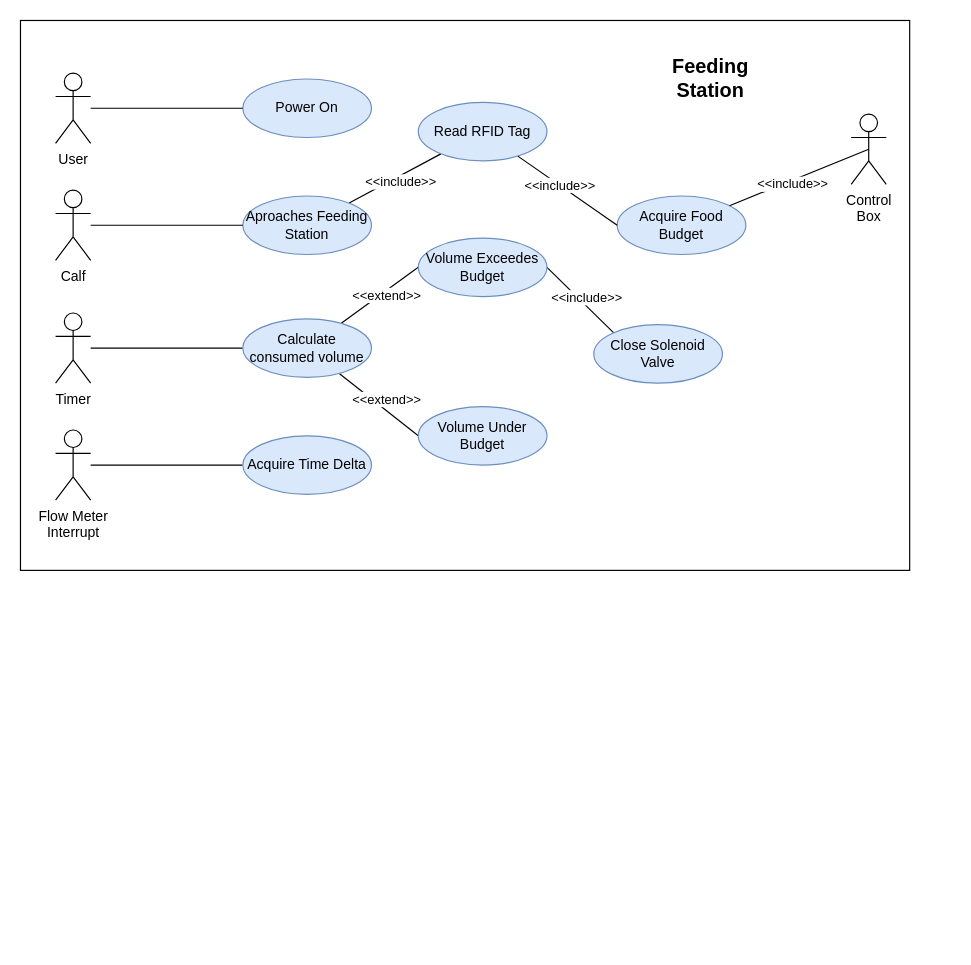
The draw.io diagram page "UseCasesFeedingStation" (2 of 3) of Spec/SystemDiagrams.drawio in Ner027/MooFeeder, before the edit. Source tidied: cells renumbered, new cells numbered last; positions are measured from the earlier drawing's top-left corner, leaving out a move shared by most shapes. Both pictures are drawn from the tidied source at 117%, with x=0, y=0 at pixel (20, 20).
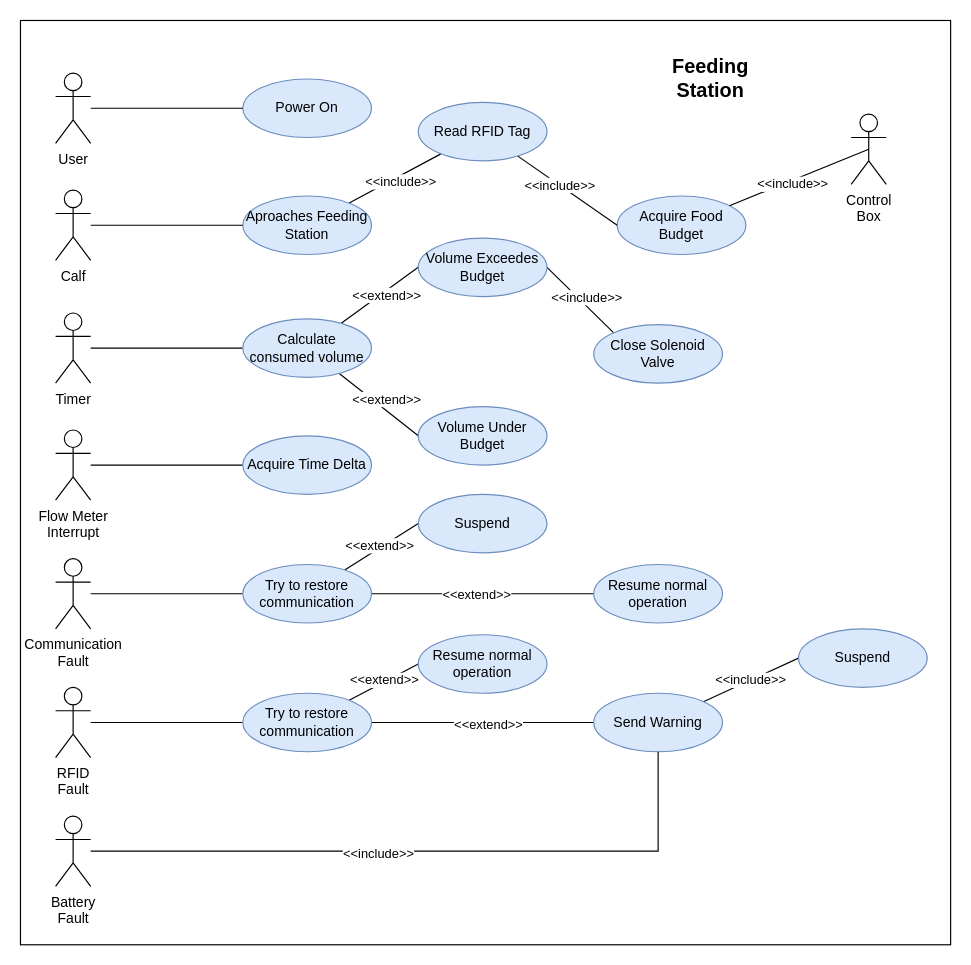
After the change.

What changed in the source:
```diff
@@
     <mxCell id="2" style="rounded=0;whiteSpace=wrap;html=1;" parent="1" vertex="1">
-      <mxGeometry width="760" height="470" as="geometry" />
+      <mxGeometry width="795" height="790" as="geometry" />
     </mxCell>
@@
+    <mxCell id="34" style="edgeStyle=orthogonalEdgeStyle;rounded=0;jettySize=auto;html=1;endArrow=none;endFill=0;" parent="1" edge="1" source="35" target="40">
+      <mxGeometry relative="1" as="geometry" />
+    </mxCell>
+    <mxCell id="35" value="&lt;div style=&quot;&quot;&gt;Communication&lt;/div&gt;&lt;div style=&quot;&quot;&gt;Fault&lt;/div&gt;" style="shape=umlActor;verticalLabelPosition=bottom;verticalAlign=top;html=1;outlineConnect=0;align=center;" parent="1" vertex="1">
+      <mxGeometry x="30" y="460" width="30" height="60" as="geometry" />
+    </mxCell>
+    <mxCell id="36" style="rounded=0;jettySize=auto;html=1;entryX=0;entryY=0.5;entryDx=0;entryDy=0;endArrow=none;endFill=0;" parent="1" edge="1" source="40" target="41">
+      <mxGeometry relative="1" as="geometry" />
+    </mxCell>
+    <mxCell id="37" value="&amp;lt;&amp;lt;extend&amp;gt;&amp;gt;" style="edgeLabel;html=1;align=center;verticalAlign=middle;" parent="36" vertex="1">
+      <mxGeometry x="-0.04" y="2" relative="1" as="geometry" />
+    </mxCell>
+    <mxCell id="38" style="rounded=0;jettySize=auto;html=1;entryX=0;entryY=0.5;entryDx=0;entryDy=0;endArrow=none;endFill=0;" parent="1" edge="1" source="40" target="42">
+      <mxGeometry relative="1" as="geometry" />
+    </mxCell>
+    <mxCell id="39" value="&amp;lt;&amp;lt;extend&amp;gt;&amp;gt;" style="edgeLabel;html=1;align=center;verticalAlign=middle;" parent="38" vertex="1">
+      <mxGeometry x="-0.06" relative="1" as="geometry" />
+    </mxCell>
+    <mxCell id="40" value="Try to restore&lt;br&gt;communication" style="ellipse;whiteSpace=wrap;html=1;fillColor=#dae8fc;strokeColor=#6c8ebf;" parent="1" vertex="1">
+      <mxGeometry x="190" y="465" width="110" height="50" as="geometry" />
+    </mxCell>
+    <mxCell id="41" value="Suspend" style="ellipse;whiteSpace=wrap;html=1;fillColor=#dae8fc;strokeColor=#6c8ebf;" parent="1" vertex="1">
+      <mxGeometry x="340" y="405" width="110" height="50" as="geometry" />
+    </mxCell>
+    <mxCell id="42" value="Resume normal&lt;br&gt;operation" style="ellipse;whiteSpace=wrap;html=1;fillColor=#dae8fc;strokeColor=#6c8ebf;" parent="1" vertex="1">
+      <mxGeometry x="490" y="465" width="110" height="50" as="geometry" />
+    </mxCell>
+    <mxCell id="43" style="edgeStyle=orthogonalEdgeStyle;rounded=0;jettySize=auto;html=1;entryX=0;entryY=0.5;entryDx=0;entryDy=0;endArrow=none;endFill=0;" parent="1" edge="1" source="44" target="49">
+      <mxGeometry relative="1" as="geometry" />
+    </mxCell>
+    <mxCell id="44" value="&lt;div style=&quot;&quot;&gt;RFID&lt;/div&gt;&lt;div style=&quot;&quot;&gt;Fault&lt;/div&gt;" style="shape=umlActor;verticalLabelPosition=bottom;verticalAlign=top;html=1;outlineConnect=0;align=center;" parent="1" vertex="1">
+      <mxGeometry x="30" y="570" width="30" height="60" as="geometry" />
+    </mxCell>
+    <mxCell id="45" style="rounded=0;jettySize=auto;html=1;entryX=0;entryY=0.5;entryDx=0;entryDy=0;endArrow=none;endFill=0;" parent="1" edge="1" source="49" target="50">
+      <mxGeometry relative="1" as="geometry" />
+    </mxCell>
+    <mxCell id="46" value="&amp;lt;&amp;lt;extend&amp;gt;&amp;gt;" style="edgeLabel;html=1;align=center;verticalAlign=middle;" parent="45" vertex="1">
+      <mxGeometry x="0.03" y="2" relative="1" as="geometry" />
+    </mxCell>
+    <mxCell id="47" style="edgeStyle=orthogonalEdgeStyle;rounded=0;jettySize=auto;html=1;entryX=0;entryY=0.5;entryDx=0;entryDy=0;endArrow=none;endFill=0;" parent="1" edge="1" source="49" target="53">
+      <mxGeometry relative="1" as="geometry" />
+    </mxCell>
+    <mxCell id="48" value="&amp;lt;&amp;lt;extend&amp;gt;&amp;gt;" style="edgeLabel;html=1;align=center;verticalAlign=middle;" parent="47" vertex="1">
+      <mxGeometry x="0.04" y="-1" relative="1" as="geometry" />
+    </mxCell>
+    <mxCell id="49" value="Try to restore&lt;br&gt;communication" style="ellipse;whiteSpace=wrap;html=1;fillColor=#dae8fc;strokeColor=#6c8ebf;" parent="1" vertex="1">
+      <mxGeometry x="190" y="575" width="110" height="50" as="geometry" />
+    </mxCell>
+    <mxCell id="50" value="Resume normal&lt;br&gt;operation" style="ellipse;whiteSpace=wrap;html=1;fillColor=#dae8fc;strokeColor=#6c8ebf;" parent="1" vertex="1">
+      <mxGeometry x="340" y="525" width="110" height="50" as="geometry" />
+    </mxCell>
+    <mxCell id="51" style="rounded=0;jettySize=auto;html=1;entryX=0;entryY=0.5;entryDx=0;entryDy=0;endArrow=none;endFill=0;" parent="1" edge="1" source="53" target="54">
+      <mxGeometry relative="1" as="geometry" />
+    </mxCell>
+    <mxCell id="52" value="&amp;lt;&amp;lt;include&amp;gt;&amp;gt;" style="edgeLabel;html=1;align=center;verticalAlign=middle;" parent="51" vertex="1">
+      <mxGeometry x="-0.01" relative="1" as="geometry" />
+    </mxCell>
+    <mxCell id="53" value="Send Warning" style="ellipse;whiteSpace=wrap;html=1;fillColor=#dae8fc;strokeColor=#6c8ebf;" parent="1" vertex="1">
+      <mxGeometry x="490" y="575" width="110" height="50" as="geometry" />
+    </mxCell>
+    <mxCell id="54" value="Suspend" style="ellipse;whiteSpace=wrap;html=1;fillColor=#dae8fc;strokeColor=#6c8ebf;" parent="1" vertex="1">
+      <mxGeometry x="665" y="520" width="110" height="50" as="geometry" />
+    </mxCell>
+    <mxCell id="55" style="edgeStyle=orthogonalEdgeStyle;rounded=0;jettySize=auto;html=1;entryX=0.5;entryY=1;entryDx=0;entryDy=0;endArrow=none;endFill=0;" parent="1" edge="1" source="57" target="53">
+      <mxGeometry relative="1" as="geometry" />
+    </mxCell>
+    <mxCell id="56" value="&amp;lt;&amp;lt;include&amp;gt;&amp;gt;" style="edgeLabel;html=1;align=center;verticalAlign=middle;" parent="55" vertex="1">
+      <mxGeometry x="-0.14" y="-1" relative="1" as="geometry" />
+    </mxCell>
+    <mxCell id="57" value="&lt;div style=&quot;&quot;&gt;Battery&lt;/div&gt;&lt;div style=&quot;&quot;&gt;Fault&lt;/div&gt;" style="shape=umlActor;verticalLabelPosition=bottom;verticalAlign=top;html=1;outlineConnect=0;align=center;" parent="1" vertex="1">
+      <mxGeometry x="30" y="680" width="30" height="60" as="geometry" />
+    </mxCell>
```
